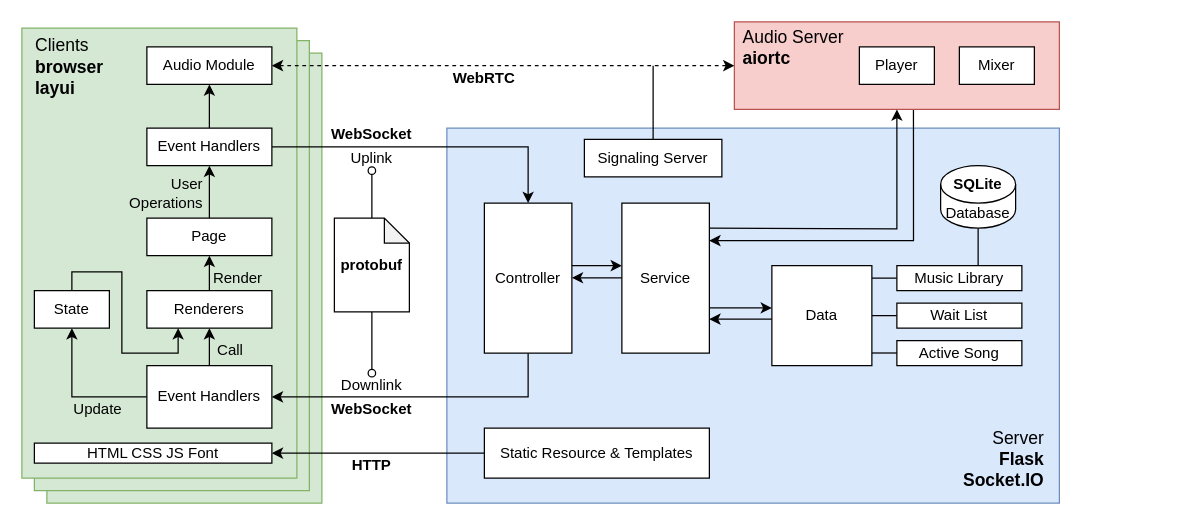
xrysamuel/my-drawio keeps this draw.io diagram as Drafts/ksong-arch.drawio. Above is the earlier version. Source tidied: cells renumbered, new cells numbered last; positions are measured from the earlier drawing's top-left corner, leaving out a move shared by most shapes. Both pictures are drawn from the tidied source at 125%, with x=0, y=0 at pixel (21, 21).
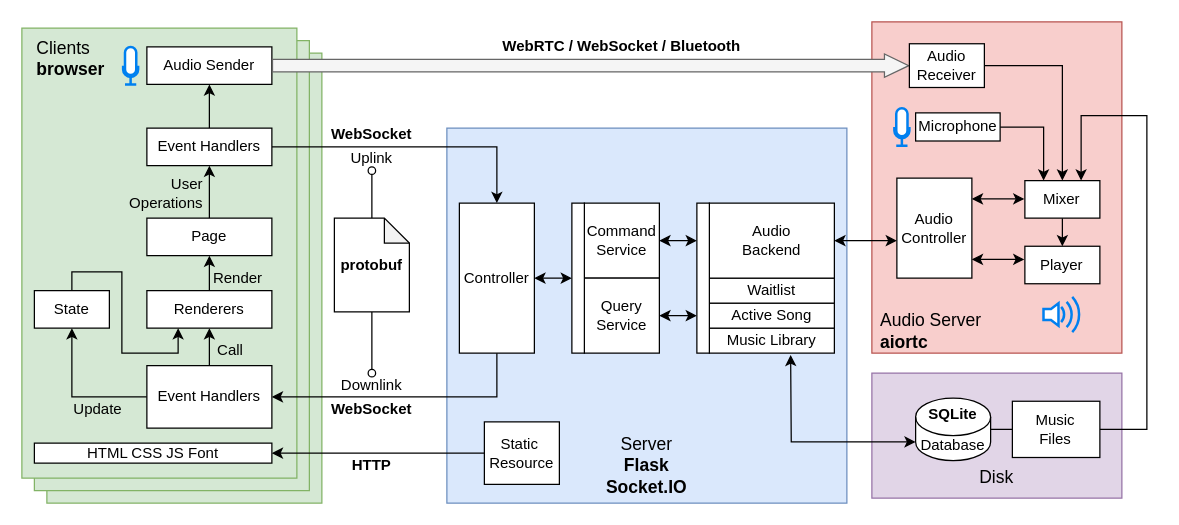
The same page after the edit.

Diff of the diagram source:
```diff
@@
+    <mxCell id="11" style="rounded=0;whiteSpace=wrap;html=1;fillColor=#f8cecc;strokeColor=#b85450;" parent="1" vertex="1">
+      <mxGeometry x="680" width="200" height="265" as="geometry" />
+    </mxCell>
+    <mxCell id="4" style="rounded=0;whiteSpace=wrap;html=1;fillColor=#dae8fc;strokeColor=#6c8ebf;" parent="1" vertex="1">
+      <mxGeometry x="340" y="85" width="320" height="300" as="geometry" />
+    </mxCell>
+    <mxCell id="64" style="rounded=0;whiteSpace=wrap;html=1;fillColor=#e1d5e7;strokeColor=#9673a6;" parent="1" vertex="1">
+      <mxGeometry x="680" y="281" width="200" height="100" as="geometry" />
+    </mxCell>
@@
-    <mxCell id="4" style="rounded=0;whiteSpace=wrap;html=1;fillColor=#dae8fc;strokeColor=#6c8ebf;" parent="1" vertex="1">
-      <mxGeometry x="340" y="85" width="490" height="300" as="geometry" />
-    </mxCell>
@@
+    <mxCell id="65" style="edgeStyle=orthogonalEdgeStyle;rounded=0;jettySize=auto;html=1;exitX=1;exitY=0.5;exitDx=0;exitDy=0;entryX=0;entryY=0.25;entryDx=0;entryDy=0;startArrow=classic;startFill=1;" parent="1" edge="1" source="6" target="73">
+      <mxGeometry relative="1" as="geometry" />
+    </mxCell>
-    <mxCell id="6" value="Service" style="rounded=0;whiteSpace=wrap;html=1;" parent="1" vertex="1">
-      <mxGeometry x="480" y="145" width="70" height="120" as="geometry" />
+    <mxCell id="6" value="Command&lt;div&gt;Service&lt;/div&gt;" style="rounded=0;whiteSpace=wrap;html=1;" parent="1" vertex="1">
+      <mxGeometry x="450" y="145" width="60" height="60" as="geometry" />
     </mxCell>
@@
-    <mxCell id="10" style="edgeStyle=orthogonalEdgeStyle;rounded=0;jettySize=auto;html=1;exitX=0.551;exitY=1.002;exitDx=0;exitDy=0;entryX=1;entryY=0.25;entryDx=0;entryDy=0;exitPerimeter=0;" parent="1" edge="1" source="11" target="6">
-      <mxGeometry relative="1" as="geometry" />
-    </mxCell>
-    <mxCell id="11" style="rounded=0;whiteSpace=wrap;html=1;fillColor=#f8cecc;strokeColor=#b85450;" parent="1" vertex="1">
-      <mxGeometry x="570" width="260" height="70" as="geometry" />
-    </mxCell>
-    <mxCell id="12" style="edgeStyle=orthogonalEdgeStyle;rounded=0;jettySize=auto;html=1;exitX=1;exitY=0.5;exitDx=0;exitDy=0;entryX=0;entryY=0.5;entryDx=0;entryDy=0;endArrow=none;endFill=0;" parent="1" edge="1" source="13" target="15">
-      <mxGeometry relative="1" as="geometry" />
-    </mxCell>
-    <mxCell id="13" value="Data" style="rounded=0;whiteSpace=wrap;html=1;" parent="1" vertex="1">
-      <mxGeometry x="600" y="195" width="80" height="80" as="geometry" />
-    </mxCell>
-    <mxCell id="14" style="endArrow=classic;html=1;rounded=0;entryX=0.5;entryY=1;entryDx=0;entryDy=0;edgeStyle=orthogonalEdgeStyle;" parent="1" edge="1" target="11">
-      <mxGeometry relative="1" as="geometry">
-        <mxPoint x="550" y="165" as="sourcePoint" />
-      </mxGeometry>
-    </mxCell>
-    <mxCell id="15" value="Wait List" style="rounded=0;whiteSpace=wrap;html=1;" parent="1" vertex="1">
-      <mxGeometry x="700" y="225" width="100" height="20" as="geometry" />
+    <mxCell id="15" value="Music Library" style="rounded=0;whiteSpace=wrap;html=1;" parent="1" vertex="1">
+      <mxGeometry x="550" y="245" width="100" height="20" as="geometry" />
     </mxCell>
     <mxCell id="16" value="Active Song" style="rounded=0;whiteSpace=wrap;html=1;" parent="1" vertex="1">
-      <mxGeometry x="700" y="255" width="100" height="20" as="geometry" />
+      <mxGeometry x="550" y="225" width="100" height="20" as="geometry" />
     </mxCell>
-    <mxCell id="17" style="edgeStyle=orthogonalEdgeStyle;rounded=0;jettySize=auto;html=1;exitX=1;exitY=0.5;exitDx=0;exitDy=0;dashed=1;startArrow=classic;startFill=1;" parent="1" edge="1" source="18" target="11">
-      <mxGeometry relative="1" as="geometry" />
-    </mxCell>
-    <mxCell id="18" value="Audio Module" style="rounded=0;whiteSpace=wrap;html=1;" parent="1" vertex="1">
+    <mxCell id="18" value="Audio Sender" style="rounded=0;whiteSpace=wrap;html=1;" parent="1" vertex="1">
       <mxGeometry x="100" y="20" width="100" height="30" as="geometry" />
     </mxCell>
@@
-    <mxCell id="20" value="WebRTC" style="text;html=1;align=center;verticalAlign=middle;whiteSpace=wrap;rounded=0;fontStyle=1;" parent="1" vertex="1">
-      <mxGeometry x="340" y="30" width="60" height="30" as="geometry" />
+    <mxCell id="20" value="WebRTC / WebSocket / Bluetooth" style="text;html=1;align=center;verticalAlign=middle;whiteSpace=wrap;rounded=0;fontStyle=1;" parent="1" vertex="1">
+      <mxGeometry x="370" y="5" width="220" height="30" as="geometry" />
     </mxCell>
@@
-    <mxCell id="26" style="edgeStyle=orthogonalEdgeStyle;rounded=0;jettySize=auto;html=1;exitX=0.5;exitY=0;exitDx=0;exitDy=0;endArrow=none;endFill=0;" parent="1" edge="1" source="27">
-      <mxGeometry relative="1" as="geometry">
-        <mxPoint x="505" y="35" as="targetPoint" />
-      </mxGeometry>
-    </mxCell>
-    <mxCell id="27" value="Signaling Server" style="rounded=0;whiteSpace=wrap;html=1;" parent="1" vertex="1">
-      <mxGeometry x="450" y="94" width="110" height="30" as="geometry" />
-    </mxCell>
-    <mxCell id="28" value="Player" style="rounded=0;whiteSpace=wrap;html=1;" parent="1" vertex="1">
-      <mxGeometry x="670" y="20" width="60" height="30" as="geometry" />
-    </mxCell>
+    <mxCell id="66" style="edgeStyle=orthogonalEdgeStyle;rounded=0;jettySize=auto;html=1;exitX=0.5;exitY=1;exitDx=0;exitDy=0;entryX=0.5;entryY=0;entryDx=0;entryDy=0;" parent="1" edge="1" source="29" target="28">
+      <mxGeometry relative="1" as="geometry" />
+    </mxCell>
     <mxCell id="29" value="Mixer" style="rounded=0;whiteSpace=wrap;html=1;" parent="1" vertex="1">
-      <mxGeometry x="750" y="20" width="60" height="30" as="geometry" />
+      <mxGeometry x="802.4" y="127" width="60" height="30" as="geometry" />
     </mxCell>
@@
-    <mxCell id="33" style="endArrow=classic;html=1;rounded=0;" parent="1" edge="1">
-      <mxGeometry relative="1" as="geometry">
-        <mxPoint x="600" y="237.8" as="sourcePoint" />
-        <mxPoint x="550" y="237.8" as="targetPoint" />
-      </mxGeometry>
-    </mxCell>
@@
+    <mxCell id="67" style="edgeStyle=orthogonalEdgeStyle;rounded=0;jettySize=auto;html=1;endArrow=none;endFill=0;" parent="1" edge="1" source="36" target="76">
+      <mxGeometry relative="1" as="geometry" />
+    </mxCell>
     <mxCell id="36" value="Database" style="shape=cylinder3;whiteSpace=wrap;html=1;boundedLbl=1;backgroundOutline=1;size=15;" parent="1" vertex="1">
-      <mxGeometry x="735" y="115" width="60" height="50" as="geometry" />
+      <mxGeometry x="715" y="301" width="60" height="50" as="geometry" />
     </mxCell>
-    <mxCell id="37" style="edgeStyle=orthogonalEdgeStyle;rounded=0;jettySize=auto;html=1;exitX=0.5;exitY=0;exitDx=0;exitDy=0;entryX=0.5;entryY=1;entryDx=0;entryDy=0;entryPerimeter=0;startArrow=none;startFill=0;endArrow=none;endFill=0;" parent="1" edge="1" target="36">
-      <mxGeometry relative="1" as="geometry">
-        <mxPoint x="790" y="195" as="sourcePoint" />
-      </mxGeometry>
-    </mxCell>
-    <mxCell id="38" value="&lt;span style=&quot;font-weight: normal;&quot;&gt;Server&lt;/span&gt;&lt;div&gt;Flask&lt;br&gt;Socket.IO&lt;/div&gt;" style="text;html=1;align=right;verticalAlign=middle;whiteSpace=wrap;rounded=0;fontStyle=1;fontSize=14;" parent="1" vertex="1">
-      <mxGeometry x="640" y="335" width="180" height="30" as="geometry" />
+    <mxCell id="38" value="&lt;span style=&quot;font-weight: normal;&quot;&gt;Server&lt;/span&gt;&lt;div&gt;Flask&lt;br&gt;Socket.IO&lt;/div&gt;" style="text;html=1;align=center;verticalAlign=middle;whiteSpace=wrap;rounded=0;fontStyle=1;fontSize=14;" parent="1" vertex="1">
+      <mxGeometry x="400" y="340" width="200" height="30" as="geometry" />
     </mxCell>
-    <mxCell id="39" value="&lt;span style=&quot;font-weight: normal;&quot;&gt;Clients&lt;/span&gt;&lt;div&gt;browser&lt;/div&gt;&lt;div&gt;layui&lt;/div&gt;" style="text;html=1;align=left;verticalAlign=middle;whiteSpace=wrap;rounded=0;fontStyle=1;fontSize=14;" parent="1" vertex="1">
-      <mxGeometry x="9" y="12.3" width="145" height="47.7" as="geometry" />
+    <mxCell id="39" value="&lt;span style=&quot;font-weight: normal;&quot;&gt;Clients&lt;/span&gt;&lt;div&gt;browser&lt;/div&gt;" style="text;html=1;align=left;verticalAlign=middle;whiteSpace=wrap;rounded=0;fontStyle=1;fontSize=14;" parent="1" vertex="1">
+      <mxGeometry x="10" y="4.8" width="145" height="47.7" as="geometry" />
     </mxCell>
     <mxCell id="40" value="SQLite" style="text;html=1;align=center;verticalAlign=middle;whiteSpace=wrap;rounded=0;fontStyle=1;" parent="1" vertex="1">
-      <mxGeometry x="730" y="115" width="70" height="30" as="geometry" />
+      <mxGeometry x="710" y="299" width="70" height="30" as="geometry" />
     </mxCell>
     <mxCell id="41" value="&lt;span style=&quot;font-weight: normal;&quot;&gt;Audio Server&lt;/span&gt;&lt;div&gt;aiortc&lt;/div&gt;" style="text;html=1;align=left;verticalAlign=middle;whiteSpace=wrap;rounded=0;fontStyle=1;fontSize=14;" parent="1" vertex="1">
-      <mxGeometry x="574.9" y="5" width="95.2" height="30" as="geometry" />
+      <mxGeometry x="684.9" y="232" width="95.2" height="30" as="geometry" />
     </mxCell>
-    <mxCell id="42" style="edgeStyle=orthogonalEdgeStyle;rounded=0;orthogonalLoop=1;jettySize=auto;html=1;exitX=1;exitY=0.5;exitDx=0;exitDy=0;entryX=0;entryY=0.5;entryDx=0;entryDy=0;endArrow=none;endFill=0;" parent="1" edge="1">
-      <mxGeometry relative="1" as="geometry">
-        <mxPoint x="720" y="205" as="sourcePoint" />
-        <mxPoint x="740" y="205" as="targetPoint" />
-      </mxGeometry>
-    </mxCell>
-    <mxCell id="43" style="edgeStyle=orthogonalEdgeStyle;rounded=0;orthogonalLoop=1;jettySize=auto;html=1;exitX=1;exitY=0.5;exitDx=0;exitDy=0;entryX=0;entryY=0.5;entryDx=0;entryDy=0;endArrow=none;endFill=0;" parent="1" edge="1">
-      <mxGeometry relative="1" as="geometry">
-        <mxPoint x="680" y="264.9" as="sourcePoint" />
-        <mxPoint x="700" y="264.9" as="targetPoint" />
-      </mxGeometry>
-    </mxCell>
@@
+    <mxCell id="68" style="edgeStyle=orthogonalEdgeStyle;rounded=0;jettySize=auto;html=1;exitX=1;exitY=0.5;exitDx=0;exitDy=0;entryX=0;entryY=0.5;entryDx=0;entryDy=0;startArrow=classic;startFill=1;" parent="1" edge="1" source="45" target="72">
+      <mxGeometry relative="1" as="geometry" />
+    </mxCell>
     <mxCell id="45" value="Controller" style="rounded=0;whiteSpace=wrap;html=1;" parent="1" vertex="1">
-      <mxGeometry x="370" y="145" width="70" height="120" as="geometry" />
+      <mxGeometry x="350" y="145" width="60" height="120" as="geometry" />
     </mxCell>
-    <mxCell id="46" style="endArrow=classic;html=1;rounded=0;" parent="1" edge="1">
-      <mxGeometry relative="1" as="geometry">
-        <mxPoint x="480" y="204.7" as="sourcePoint" />
-        <mxPoint x="440" y="204.7" as="targetPoint" />
-      </mxGeometry>
-    </mxCell>
-    <mxCell id="47" style="endArrow=classic;html=1;rounded=0;" parent="1" edge="1">
-      <mxGeometry relative="1" as="geometry">
-        <mxPoint x="440" y="195" as="sourcePoint" />
-        <mxPoint x="480" y="195" as="targetPoint" />
-      </mxGeometry>
-    </mxCell>
@@
-    <mxCell id="57" style="edgeStyle=orthogonalEdgeStyle;rounded=0;orthogonalLoop=1;jettySize=auto;html=1;exitX=1;exitY=0.5;exitDx=0;exitDy=0;entryX=0;entryY=0.5;entryDx=0;entryDy=0;endArrow=none;endFill=0;" parent="1" edge="1">
-      <mxGeometry relative="1" as="geometry">
-        <mxPoint x="680" y="205" as="sourcePoint" />
-        <mxPoint x="700" y="205" as="targetPoint" />
-      </mxGeometry>
-    </mxCell>
-    <mxCell id="58" value="Music Library" style="rounded=0;whiteSpace=wrap;html=1;" parent="1" vertex="1">
-      <mxGeometry x="700" y="195" width="100" height="20" as="geometry" />
+    <mxCell id="58" value="Waitlist" style="rounded=0;whiteSpace=wrap;html=1;" parent="1" vertex="1">
+      <mxGeometry x="550" y="205" width="100" height="20" as="geometry" />
     </mxCell>
-    <mxCell id="59" style="endArrow=classic;html=1;rounded=0;" parent="1" edge="1">
-      <mxGeometry relative="1" as="geometry">
-        <mxPoint x="550" y="228.8" as="sourcePoint" />
-        <mxPoint x="600" y="228.8" as="targetPoint" />
-      </mxGeometry>
-    </mxCell>
@@
-    <mxCell id="61" value="Static Resource &amp;amp;&amp;nbsp;&lt;span style=&quot;background-color: initial;&quot;&gt;Templates&lt;/span&gt;" style="rounded=0;whiteSpace=wrap;html=1;" parent="1" vertex="1">
-      <mxGeometry x="370" y="325" width="180" height="40" as="geometry" />
+    <mxCell id="61" value="Static&amp;nbsp;&lt;div&gt;Resource&lt;/div&gt;" style="rounded=0;whiteSpace=wrap;html=1;" parent="1" vertex="1">
+      <mxGeometry x="370" y="320" width="60" height="50" as="geometry" />
     </mxCell>
@@
+    <mxCell id="69" style="edgeStyle=orthogonalEdgeStyle;rounded=0;jettySize=auto;html=1;exitX=1;exitY=0.5;exitDx=0;exitDy=0;entryX=0;entryY=0.75;entryDx=0;entryDy=0;startArrow=classic;startFill=1;" parent="1" edge="1" source="70" target="73">
+      <mxGeometry relative="1" as="geometry" />
+    </mxCell>
+    <mxCell id="70" value="Query&lt;div&gt;Service&lt;/div&gt;" style="rounded=0;whiteSpace=wrap;html=1;" parent="1" vertex="1">
+      <mxGeometry x="450" y="205" width="60" height="60" as="geometry" />
+    </mxCell>
+    <mxCell id="71" value="Audio&lt;div&gt;Backend&lt;/div&gt;" style="rounded=0;whiteSpace=wrap;html=1;" parent="1" vertex="1">
+      <mxGeometry x="550" y="145" width="100" height="60" as="geometry" />
+    </mxCell>
+    <mxCell id="72" style="rounded=0;whiteSpace=wrap;html=1;" parent="1" vertex="1">
+      <mxGeometry x="440" y="145" width="10" height="120" as="geometry" />
+    </mxCell>
+    <mxCell id="73" style="rounded=0;whiteSpace=wrap;html=1;" parent="1" vertex="1">
+      <mxGeometry x="540" y="145" width="10" height="120" as="geometry" />
+    </mxCell>
+    <mxCell id="74" value="Audio&lt;div&gt;Controller&lt;/div&gt;" style="rounded=0;whiteSpace=wrap;html=1;" parent="1" vertex="1">
+      <mxGeometry x="700" y="125" width="60" height="80" as="geometry" />
+    </mxCell>
+    <mxCell id="75" style="edgeStyle=orthogonalEdgeStyle;rounded=0;jettySize=auto;html=1;exitX=1;exitY=0.5;exitDx=0;exitDy=0;entryX=0.75;entryY=0;entryDx=0;entryDy=0;" parent="1" edge="1" source="76" target="29">
+      <mxGeometry relative="1" as="geometry">
+        <Array as="points">
+          <mxPoint x="900" y="326" />
+          <mxPoint x="900" y="75" />
+          <mxPoint x="847" y="75" />
+        </Array>
+      </mxGeometry>
+    </mxCell>
+    <mxCell id="76" value="Music&lt;div&gt;Files&lt;/div&gt;" style="rounded=0;whiteSpace=wrap;html=1;" parent="1" vertex="1">
+      <mxGeometry x="792.4" y="303.5" width="70" height="45" as="geometry" />
+    </mxCell>
+    <mxCell id="77" style="endArrow=classic;html=1;rounded=0;startArrow=classic;startFill=1;endFill=1;" parent="1" edge="1">
+      <mxGeometry relative="1" as="geometry">
+        <mxPoint x="650" y="175" as="sourcePoint" />
+        <mxPoint x="700" y="175" as="targetPoint" />
+      </mxGeometry>
+    </mxCell>
+    <mxCell id="78" style="shape=flexArrow;endArrow=classic;html=1;rounded=0;endWidth=7.666666666666667;endSize=6.146666666666667;fillColor=#f5f5f5;strokeColor=#666666;" parent="1" edge="1">
+      <mxGeometry relative="1" as="geometry">
+        <mxPoint x="200" y="35" as="sourcePoint" />
+        <mxPoint x="710" y="35" as="targetPoint" />
+      </mxGeometry>
+    </mxCell>
+    <mxCell id="28" value="Player" style="rounded=0;whiteSpace=wrap;html=1;" parent="1" vertex="1">
+      <mxGeometry x="802.4" y="179.5" width="60" height="30" as="geometry" />
+    </mxCell>
+    <mxCell id="79" value="&lt;span style=&quot;font-weight: 400;&quot;&gt;Disk&lt;/span&gt;" style="text;html=1;align=center;verticalAlign=middle;whiteSpace=wrap;rounded=0;fontStyle=1;fontSize=14;" parent="1" vertex="1">
+      <mxGeometry x="680" y="348.5" width="200" height="30" as="geometry" />
+    </mxCell>
+    <mxCell id="80" style="endArrow=classic;html=1;rounded=0;exitX=0;exitY=1;exitDx=0;exitDy=-15;entryX=0.647;entryY=1.021;entryDx=0;entryDy=0;entryPerimeter=0;startArrow=classic;startFill=1;endFill=1;exitPerimeter=0;edgeStyle=orthogonalEdgeStyle;" parent="1" edge="1" source="36">
+      <mxGeometry relative="1" as="geometry">
+        <mxPoint x="615" y="266.4" as="targetPoint" />
+      </mxGeometry>
+    </mxCell>
+    <mxCell id="81" style="edgeStyle=orthogonalEdgeStyle;rounded=0;jettySize=auto;html=1;exitX=1;exitY=0.5;exitDx=0;exitDy=0;entryX=0.5;entryY=0;entryDx=0;entryDy=0;" parent="1" edge="1" source="82" target="29">
+      <mxGeometry relative="1" as="geometry" />
+    </mxCell>
+    <mxCell id="82" value="Audio&lt;div&gt;Receiver&lt;/div&gt;" style="rounded=0;whiteSpace=wrap;html=1;" parent="1" vertex="1">
+      <mxGeometry x="710" y="17.5" width="60" height="35" as="geometry" />
+    </mxCell>
+    <mxCell id="83" style="edgeStyle=orthogonalEdgeStyle;rounded=0;jettySize=auto;html=1;entryX=0.25;entryY=0;entryDx=0;entryDy=0;" parent="1" edge="1" source="84" target="29">
+      <mxGeometry relative="1" as="geometry" />
+    </mxCell>
+    <mxCell id="84" value="Microphone" style="rounded=0;whiteSpace=wrap;html=1;" parent="1" vertex="1">
+      <mxGeometry x="715" y="72.8" width="67.6" height="22.5" as="geometry" />
+    </mxCell>
+    <mxCell id="85" style="html=1;verticalLabelPosition=bottom;align=center;labelBackgroundColor=#ffffff;verticalAlign=top;strokeWidth=2;strokeColor=#0080F0;shadow=0;dashed=0;shape=mxgraph.ios7.icons.microphone;" parent="1" vertex="1">
+      <mxGeometry x="81" y="20" width="12" height="30" as="geometry" />
+    </mxCell>
+    <mxCell id="86" style="html=1;verticalLabelPosition=bottom;align=center;labelBackgroundColor=#ffffff;verticalAlign=top;strokeWidth=2;strokeColor=#0080F0;shadow=0;dashed=0;shape=mxgraph.ios7.icons.microphone;" parent="1" vertex="1">
+      <mxGeometry x="698" y="69" width="12" height="30" as="geometry" />
+    </mxCell>
+    <mxCell id="87" style="html=1;verticalLabelPosition=bottom;align=center;labelBackgroundColor=#ffffff;verticalAlign=top;strokeWidth=2;strokeColor=#0080F0;shadow=0;dashed=0;shape=mxgraph.ios7.icons.volume_2;" parent="1" vertex="1">
+      <mxGeometry x="817.3" y="220" width="30.3" height="28.2" as="geometry" />
+    </mxCell>
+    <mxCell id="88" style="endArrow=classic;html=1;rounded=0;startArrow=classic;startFill=1;endFill=1;" parent="1" edge="1">
+      <mxGeometry relative="1" as="geometry">
+        <mxPoint x="760" y="141.6" as="sourcePoint" />
+        <mxPoint x="802" y="141.6" as="targetPoint" />
+      </mxGeometry>
+    </mxCell>
+    <mxCell id="89" style="endArrow=classic;html=1;rounded=0;startArrow=classic;startFill=1;endFill=1;" parent="1" edge="1">
+      <mxGeometry relative="1" as="geometry">
+        <mxPoint x="760" y="190" as="sourcePoint" />
+        <mxPoint x="802" y="190" as="targetPoint" />
+      </mxGeometry>
+    </mxCell>
```
